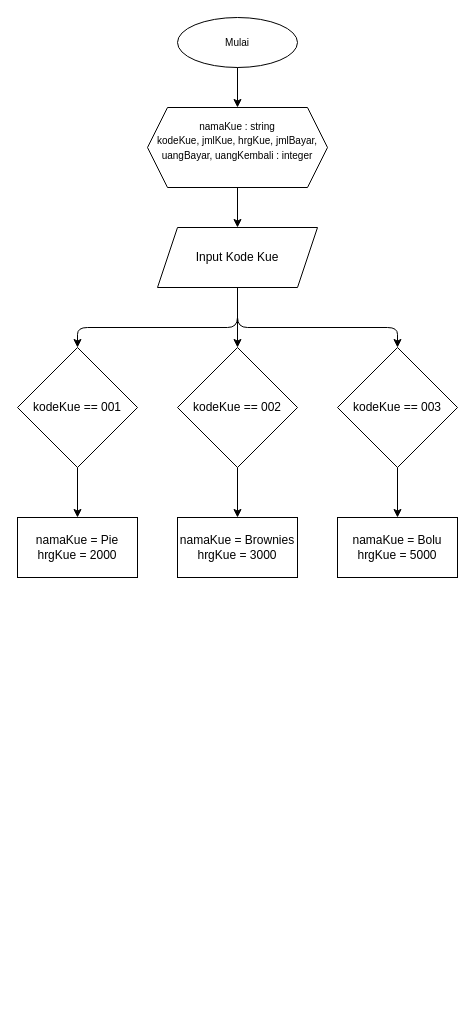
Above: flowchart.drawio in trikrama/tri_krama-kasir_app (draw.io), before the change. Source tidied: cells renumbered, new cells numbered last; positions are measured from the earlier drawing's top-left corner, leaving out a move shared by most shapes. Both pictures are drawn from the tidied source at 100%, with x=0, y=0 at pixel (17, 17).
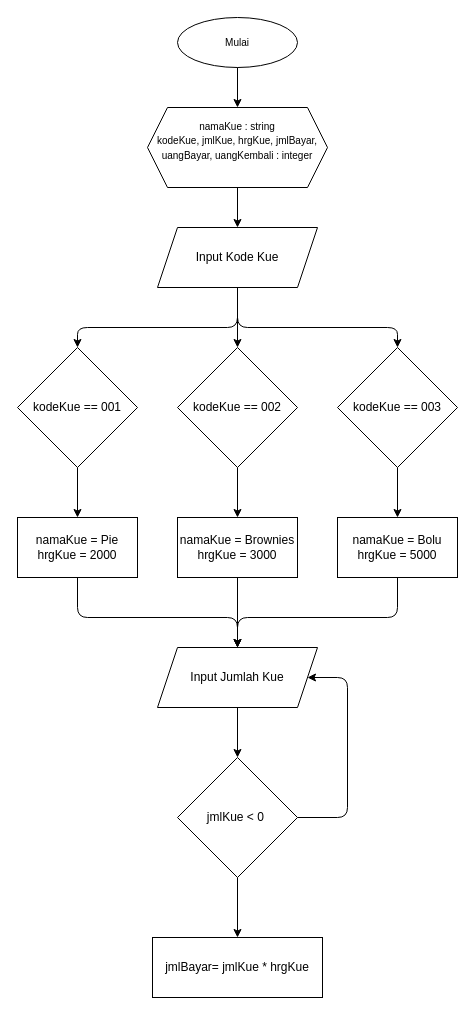
Above is the later version.

Commit message:
Menambahkan inputan jumlah kue dan memberikan kondisi pada hasil inputan jumlah kue

Diff of the diagram source:
```diff
@@
+    <mxCell id="19" style="edgeStyle=none;html=1;exitX=0.5;exitY=1;exitDx=0;exitDy=0;entryX=0.5;entryY=0;entryDx=0;entryDy=0;" parent="1" edge="1" source="20" target="26">
+      <mxGeometry relative="1" as="geometry" />
+    </mxCell>
+    <mxCell id="20" value="Input Jumlah Kue" style="shape=parallelogram;perimeter=parallelogramPerimeter;whiteSpace=wrap;html=1;fixedSize=1;" parent="1" vertex="1">
+      <mxGeometry x="140" y="630" width="160" height="60" as="geometry" />
+    </mxCell>
+    <mxCell id="21" style="edgeStyle=none;html=1;exitX=0.5;exitY=1;exitDx=0;exitDy=0;entryX=0.5;entryY=0;entryDx=0;entryDy=0;" parent="1" edge="1" target="20">
+      <mxGeometry relative="1" as="geometry">
+        <mxPoint x="60" y="560" as="sourcePoint" />
+        <Array as="points">
+          <mxPoint x="60" y="600" />
+          <mxPoint x="220" y="600" />
+        </Array>
+      </mxGeometry>
+    </mxCell>
+    <mxCell id="22" style="edgeStyle=none;html=1;exitX=0.5;exitY=1;exitDx=0;exitDy=0;" parent="1" edge="1">
+      <mxGeometry relative="1" as="geometry">
+        <mxPoint x="220" y="560" as="sourcePoint" />
+        <mxPoint x="220" y="630" as="targetPoint" />
+      </mxGeometry>
+    </mxCell>
+    <mxCell id="23" style="edgeStyle=none;html=1;exitX=0.5;exitY=1;exitDx=0;exitDy=0;" parent="1" edge="1">
+      <mxGeometry relative="1" as="geometry">
+        <mxPoint x="380" y="560" as="sourcePoint" />
+        <mxPoint x="220" y="630" as="targetPoint" />
+        <Array as="points">
+          <mxPoint x="380" y="600" />
+          <mxPoint x="220" y="600" />
+        </Array>
+      </mxGeometry>
+    </mxCell>
+    <mxCell id="24" style="edgeStyle=none;html=1;exitX=0.5;exitY=1;exitDx=0;exitDy=0;entryX=0.5;entryY=0;entryDx=0;entryDy=0;" parent="1" edge="1" source="26" target="27">
+      <mxGeometry relative="1" as="geometry" />
+    </mxCell>
+    <mxCell id="25" style="edgeStyle=none;html=1;exitX=1;exitY=0.5;exitDx=0;exitDy=0;entryX=1;entryY=0.5;entryDx=0;entryDy=0;" parent="1" edge="1" source="26" target="20">
+      <mxGeometry relative="1" as="geometry">
+        <Array as="points">
+          <mxPoint x="330" y="800" />
+          <mxPoint x="330" y="660" />
+        </Array>
+      </mxGeometry>
+    </mxCell>
+    <mxCell id="26" value="jmlKue &amp;lt; 0&amp;nbsp;" style="rhombus;whiteSpace=wrap;html=1;" parent="1" vertex="1">
+      <mxGeometry x="160" y="740" width="120" height="120" as="geometry" />
+    </mxCell>
+    <mxCell id="27" value="jmlBayar= jmlKue * hrgKue" style="rounded=0;whiteSpace=wrap;html=1;" parent="1" vertex="1">
+      <mxGeometry x="135" y="920" width="170" height="60" as="geometry" />
+    </mxCell>
```
